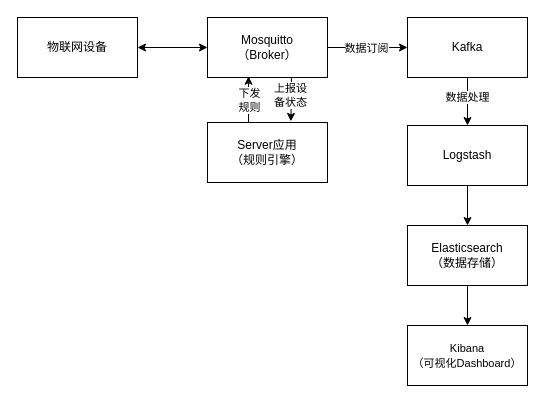
Above: 专利-一种基于物联网设备的数据采集与消息处理方法.drawio in sjxbg/xmindfile (draw.io), before the change. Source tidied: cells renumbered, new cells numbered last; positions are measured from the earlier drawing's top-left corner, leaving out a move shared by most shapes. Both pictures are drawn from the tidied source at 100%, with x=0, y=0 at pixel (17, 17).
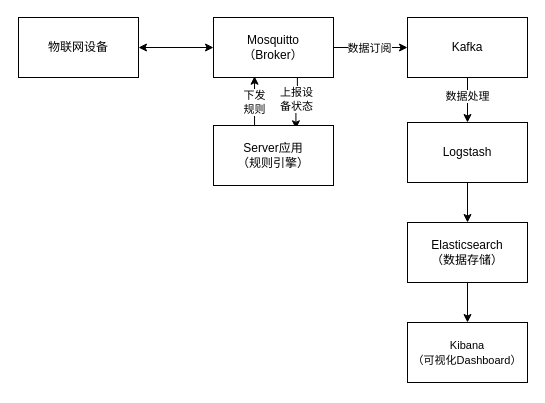
After the change.

Commit message (it also covers changes not shown here):
更新专利-一种基于物联网设备的数据采集与消息处理方法.drawio

Unchanged cells that the change refers to:
```xml
<mxCell id="12" style="edgeStyle=orthogonalEdgeStyle;rounded=0;jettySize=auto;html=1;exitX=0.342;exitY=0.01;exitDx=0;exitDy=0;exitPerimeter=0;entryX=0.342;entryY=0.979;entryDx=0;entryDy=0;entryPerimeter=0;" parent="1" edge="1" source="14" target="8">
  <mxGeometry relative="1" as="geometry" />
</mxCell>
```

The edit, as a diff of the source:
```diff
@@
     <mxCell id="3" value="物联网设备" style="rounded=0;whiteSpace=wrap;html=1;" parent="1" vertex="1">
-      <mxGeometry width="120" height="60" as="geometry" />
+      <mxGeometry x="1" width="120" height="60" as="geometry" />
     </mxCell>
@@
-    <mxCell id="6" style="edgeStyle=orthogonalEdgeStyle;rounded=0;jettySize=auto;html=1;exitX=0.699;exitY=0.988;exitDx=0;exitDy=0;exitPerimeter=0;" parent="1" edge="1" source="8">
-      <mxGeometry relative="1" as="geometry">
-        <mxPoint x="273.3" y="103.9" as="targetPoint" />
-      </mxGeometry>
+    <mxCell id="6" style="edgeStyle=orthogonalEdgeStyle;rounded=0;jettySize=auto;html=1;exitX=0.699;exitY=0.988;exitDx=0;exitDy=0;exitPerimeter=0;entryX=0.687;entryY=0.055;entryDx=0;entryDy=0;entryPerimeter=0;" parent="1" edge="1" source="8" target="14">
+      <mxGeometry relative="1" as="geometry" />
     </mxCell>
@@
     <mxCell id="8" value="Mosquitto&lt;br&gt;（Broker）" style="rounded=0;whiteSpace=wrap;html=1;" parent="1" vertex="1">
-      <mxGeometry x="190" width="120" height="60" as="geometry" />
+      <mxGeometry x="196" width="120" height="60" as="geometry" />
     </mxCell>
@@
     <mxCell id="13" value="下发&lt;div&gt;规则&lt;/div&gt;" style="edgeLabel;html=1;align=center;verticalAlign=middle;" parent="12" vertex="1">
-      <mxGeometry x="-0.02" relative="1" as="geometry" />
+      <mxGeometry x="-0.02" relative="1" as="geometry">
+        <mxPoint x="-1" as="offset" />
+      </mxGeometry>
     </mxCell>
     <mxCell id="14" value="Server应用&lt;br&gt;（规则引擎）" style="rounded=0;whiteSpace=wrap;html=1;" parent="1" vertex="1">
-      <mxGeometry x="190" y="105" width="120" height="60" as="geometry" />
+      <mxGeometry x="196" y="108" width="120" height="60" as="geometry" />
     </mxCell>
@@
     <mxCell id="16" value="Elasticsearch&lt;br&gt;（数据存储）" style="rounded=0;whiteSpace=wrap;html=1;" parent="1" vertex="1">
-      <mxGeometry x="390" y="208" width="120" height="60" as="geometry" />
+      <mxGeometry x="390" y="205" width="120" height="60" as="geometry" />
     </mxCell>
@@
     <mxCell id="18" value="Logstash" style="rounded=0;whiteSpace=wrap;html=1;" parent="1" vertex="1">
-      <mxGeometry x="390" y="108" width="120" height="60" as="geometry" />
+      <mxGeometry x="390" y="105" width="120" height="60" as="geometry" />
     </mxCell>
     <mxCell id="19" value="&lt;font style=&quot;font-size: 11px;&quot;&gt;Kibana&lt;br&gt;（可视化Dashboard）&lt;/font&gt;" style="rounded=0;whiteSpace=wrap;html=1;" parent="1" vertex="1">
-      <mxGeometry x="390" y="308" width="120" height="60" as="geometry" />
+      <mxGeometry x="390" y="305" width="120" height="60" as="geometry" />
     </mxCell>
```
